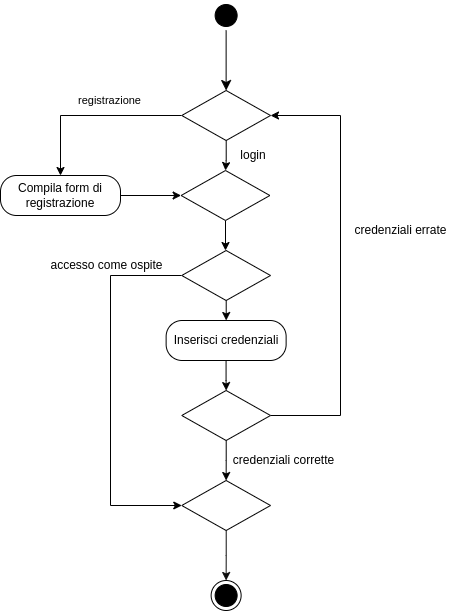
The draw.io diagram doc/ActivityDiagram.png in 446f6e6e79/ConfiguratoreAuto, before a commit. Source tidied: cells renumbered, new cells last; positions are measured from the earlier drawing's top-left corner, leaving out a move shared by most shapes.
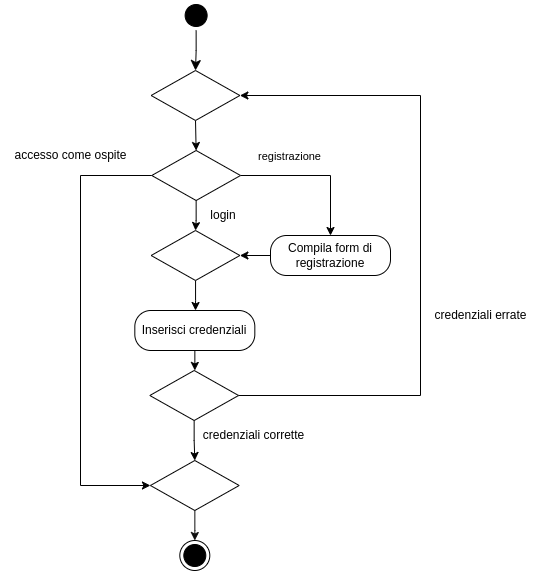
The same diagram one commit later.

Diff of the diagram source:
```diff
@@ -3,25 +3,25 @@
     <mxCell id="0" />
     <mxCell id="1" parent="0" />
     <mxCell id="2" style="ellipse;html=1;shape=endState;fillColor=#000000;strokeColor=#000000;" parent="1" vertex="1">
-      <mxGeometry x="210.6" y="580" width="30" height="30" as="geometry" />
+      <mxGeometry x="209.3" y="480" width="30" height="30" as="geometry" />
     </mxCell>
     <mxCell id="3" style="ellipse;html=1;shape=startState;fillColor=#000000;strokeColor=#000000;" parent="1" vertex="1">
-      <mxGeometry x="210.6" width="30" height="30" as="geometry" />
+      <mxGeometry x="210.6" y="-60" width="30" height="30" as="geometry" />
     </mxCell>
-    <mxCell id="4" style="edgeStyle=orthogonalEdgeStyle;html=1;verticalAlign=bottom;endArrow=classic;endSize=8;strokeColor=#000000;rounded=0;endFill=1;entryX=0.5;entryY=0;entryDx=0;entryDy=0;" parent="1" edge="1" source="3" target="15">
+    <mxCell id="4" style="edgeStyle=orthogonalEdgeStyle;html=1;verticalAlign=bottom;endArrow=classic;endSize=8;strokeColor=#000000;rounded=0;endFill=1;entryX=0.5;entryY=0;entryDx=0;entryDy=0;" parent="1" edge="1" source="3" target="28">
       <mxGeometry relative="1" as="geometry" />
     </mxCell>
     <mxCell id="5" style="edgeStyle=orthogonalEdgeStyle;rounded=0;jettySize=auto;html=1;strokeColor=#000000;endArrow=classic;endFill=1;" parent="1" edge="1" source="6" target="9">
       <mxGeometry relative="1" as="geometry" />
     </mxCell>
     <mxCell id="6" value="Inserisci credenziali" style="rounded=1;whiteSpace=wrap;html=1;arcSize=40;fontColor=#000000;fillColor=#FFFFFF;strokeColor=#000000;" parent="1" vertex="1">
-      <mxGeometry x="165.6" y="320" width="120" height="40" as="geometry" />
+      <mxGeometry x="164.3" y="250" width="120" height="40" as="geometry" />
     </mxCell>
-    <mxCell id="7" style="edgeStyle=orthogonalEdgeStyle;rounded=0;jettySize=auto;html=1;exitX=1;exitY=0.5;exitDx=0;exitDy=0;entryX=1;entryY=0.5;entryDx=0;entryDy=0;strokeColor=#000000;endArrow=classic;endFill=1;" parent="1" edge="1" source="9" target="15">
+    <mxCell id="7" style="edgeStyle=orthogonalEdgeStyle;rounded=0;jettySize=auto;html=1;exitX=1;exitY=0.5;exitDx=0;exitDy=0;entryX=1;entryY=0.5;entryDx=0;entryDy=0;strokeColor=#000000;endArrow=classic;endFill=1;" parent="1" edge="1" source="9" target="28">
       <mxGeometry relative="1" as="geometry">
         <Array as="points">
-          <mxPoint x="340" y="415" />
-          <mxPoint x="340" y="115" />
+          <mxPoint x="450" y="335" />
+          <mxPoint x="450" y="35" />
         </Array>
       </mxGeometry>
     </mxCell>
@@ -29,7 +29,7 @@
       <mxGeometry relative="1" as="geometry" />
     </mxCell>
     <mxCell id="9" style="rhombus;whiteSpace=wrap;html=1;fontColor=#000000;fillColor=#FFFFFF;strokeColor=#000000;" parent="1" vertex="1">
-      <mxGeometry x="181.3" y="390" width="88.8" height="50" as="geometry" />
+      <mxGeometry x="179.3" y="310" width="88.8" height="50" as="geometry" />
     </mxCell>
     <mxCell id="10" style="edgeStyle=orthogonalEdgeStyle;rounded=0;jettySize=auto;html=1;strokeColor=#000000;endArrow=classic;endFill=1;" parent="1" edge="1" source="11">
       <mxGeometry relative="1" as="geometry">
@@ -44,7 +44,7 @@
     </mxCell>
     <mxCell id="13" value="registrazione" style="edgeLabel;html=1;align=center;verticalAlign=middle;" parent="12" vertex="1">
       <mxGeometry x="-0.19" y="-3" relative="1" as="geometry">
-        <mxPoint y="-12" as="offset" />
+        <mxPoint x="-12" y="-23" as="offset" />
       </mxGeometry>
     </mxCell>
     <mxCell id="14" style="edgeStyle=orthogonalEdgeStyle;rounded=0;jettySize=auto;html=1;entryX=0.5;entryY=0;entryDx=0;entryDy=0;strokeColor=#000000;endArrow=classic;endFill=1;" parent="1" edge="1" source="15" target="11">
@@ -57,39 +57,39 @@
       <mxGeometry relative="1" as="geometry" />
     </mxCell>
     <mxCell id="17" value="Compila form di registrazione" style="rounded=1;whiteSpace=wrap;html=1;arcSize=40;fontColor=#000000;fillColor=#FFFFFF;strokeColor=#000000;" parent="1" vertex="1">
-      <mxGeometry y="175" width="120" height="40" as="geometry" />
+      <mxGeometry x="300" y="175" width="120" height="40" as="geometry" />
     </mxCell>
     <mxCell id="18" value="login" style="text;html=1;strokeColor=none;fillColor=none;align=center;verticalAlign=middle;whiteSpace=wrap;rounded=0;" parent="1" vertex="1">
       <mxGeometry x="223" y="140" width="60" height="30" as="geometry" />
     </mxCell>
-    <mxCell id="19" value="credenziali errate" style="text;html=1;align=center;verticalAlign=middle;strokeColor=none;fillColor=none;" parent="1" vertex="1">
-      <mxGeometry x="340" y="215" width="120" height="30" as="geometry" />
-    </mxCell>
     <mxCell id="20" value="credenziali corrette" style="text;html=1;align=center;verticalAlign=middle;strokeColor=none;fillColor=none;" parent="1" vertex="1">
-      <mxGeometry x="223" y="445" width="120" height="30" as="geometry" />
+      <mxGeometry x="223" y="360" width="120" height="30" as="geometry" />
     </mxCell>
-    <mxCell id="21" style="edgeStyle=orthogonalEdgeStyle;rounded=0;jettySize=auto;html=1;entryX=0.5;entryY=0;entryDx=0;entryDy=0;strokeColor=#000000;endArrow=classic;endFill=1;" parent="1" edge="1" source="23" target="6">
-      <mxGeometry relative="1" as="geometry" />
-    </mxCell>
-    <mxCell id="22" style="edgeStyle=orthogonalEdgeStyle;rounded=0;jettySize=auto;html=1;strokeColor=#000000;endArrow=classic;endFill=1;entryX=0;entryY=0.5;entryDx=0;entryDy=0;" parent="1" edge="1" source="23" target="26">
+    <mxCell id="22" style="edgeStyle=orthogonalEdgeStyle;rounded=0;jettySize=auto;html=1;strokeColor=#000000;endArrow=classic;endFill=1;entryX=0;entryY=0.5;entryDx=0;entryDy=0;exitX=0;exitY=0.5;exitDx=0;exitDy=0;" parent="1" edge="1" source="15" target="26">
       <mxGeometry relative="1" as="geometry">
         <Array as="points">
-          <mxPoint x="110" y="275" />
-          <mxPoint x="110" y="505" />
+          <mxPoint x="110" y="115" />
+          <mxPoint x="110" y="425" />
         </Array>
       </mxGeometry>
     </mxCell>
-    <mxCell id="23" style="rhombus;whiteSpace=wrap;html=1;fontColor=#000000;fillColor=#FFFFFF;strokeColor=#000000;" parent="1" vertex="1">
-      <mxGeometry x="181.3" y="250" width="88.8" height="50" as="geometry" />
-    </mxCell>
     <mxCell id="24" value="accesso come ospite" style="text;html=1;align=center;verticalAlign=middle;strokeColor=none;fillColor=none;" parent="1" vertex="1">
-      <mxGeometry x="35.6" y="250" width="140" height="30" as="geometry" />
+      <mxGeometry x="30" y="80" width="140" height="30" as="geometry" />
     </mxCell>
     <mxCell id="25" style="edgeStyle=orthogonalEdgeStyle;rounded=0;jettySize=auto;html=1;strokeColor=#0D0D0D;" parent="1" edge="1" source="26" target="2">
       <mxGeometry relative="1" as="geometry" />
     </mxCell>
     <mxCell id="26" style="rhombus;whiteSpace=wrap;html=1;fontColor=#000000;fillColor=#FFFFFF;strokeColor=#000000;" parent="1" vertex="1">
-      <mxGeometry x="181.3" y="480" width="88.8" height="50" as="geometry" />
+      <mxGeometry x="179.9" y="400" width="88.8" height="50" as="geometry" />
     </mxCell>
+    <mxCell id="19" value="credenziali errate" style="text;html=1;align=center;verticalAlign=middle;strokeColor=none;fillColor=none;" parent="1" vertex="1">
+      <mxGeometry x="450" y="240" width="120" height="30" as="geometry" />
+    </mxCell>
+    <mxCell id="27" style="edgeStyle=orthogonalEdgeStyle;rounded=0;jettySize=auto;html=1;exitX=0.5;exitY=1;exitDx=0;exitDy=0;entryX=0.5;entryY=0;entryDx=0;entryDy=0;" parent="1" edge="1" source="28" target="15">
+      <mxGeometry relative="1" as="geometry" />
+    </mxCell>
+    <mxCell id="28" style="rhombus;whiteSpace=wrap;html=1;fontColor=#000000;fillColor=#FFFFFF;strokeColor=#000000;" parent="1" vertex="1">
+      <mxGeometry x="180.6" y="10" width="88.8" height="50" as="geometry" />
+    </mxCell>
   </root>
 </mxGraphModel>
```
